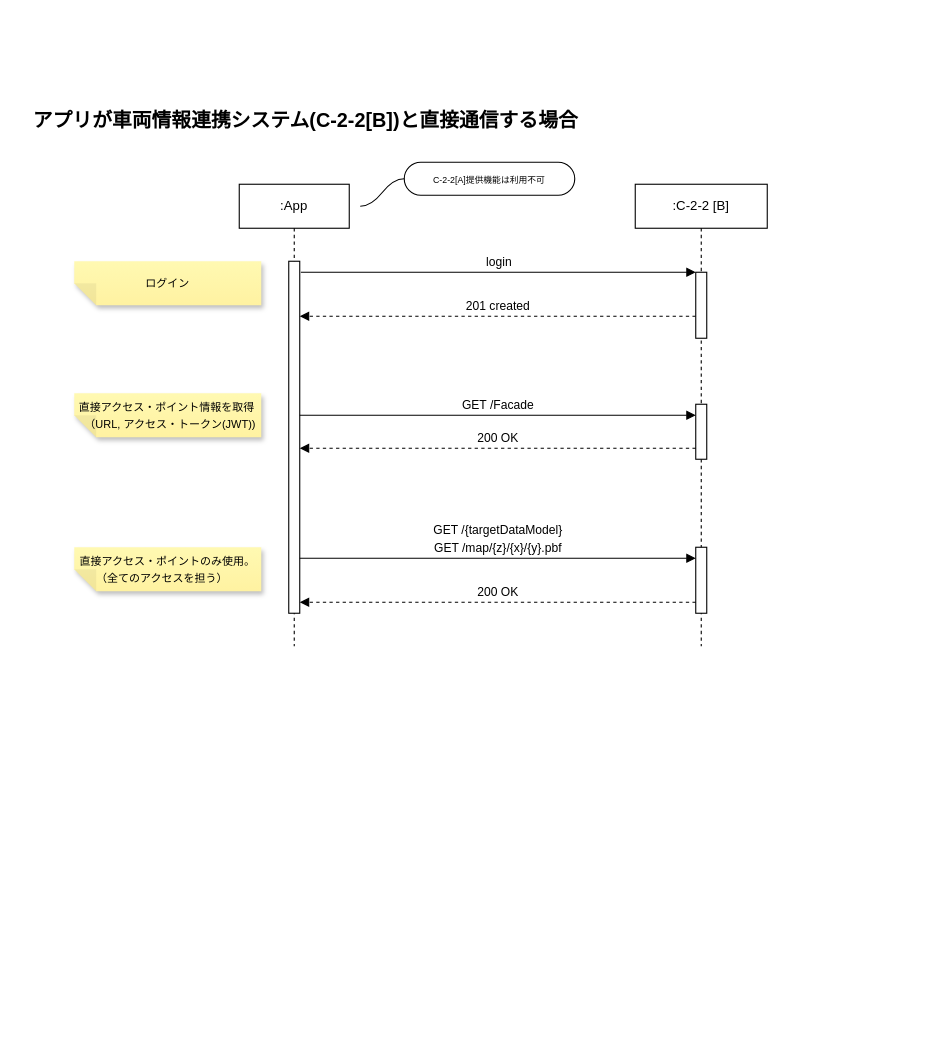
This is page "C-2-2[B]直結" (3 of 4) of models/access-scheme.drawio from Sportacandy/C-2-2API, a draw.io file, before an edit. Source tidied: cells renumbered, new cells numbered last; positions are measured from the earlier drawing's top-left corner, leaving out a move shared by most shapes. Both pictures are drawn from the tidied source at 110%, with x=0, y=0 at pixel (19, 96).
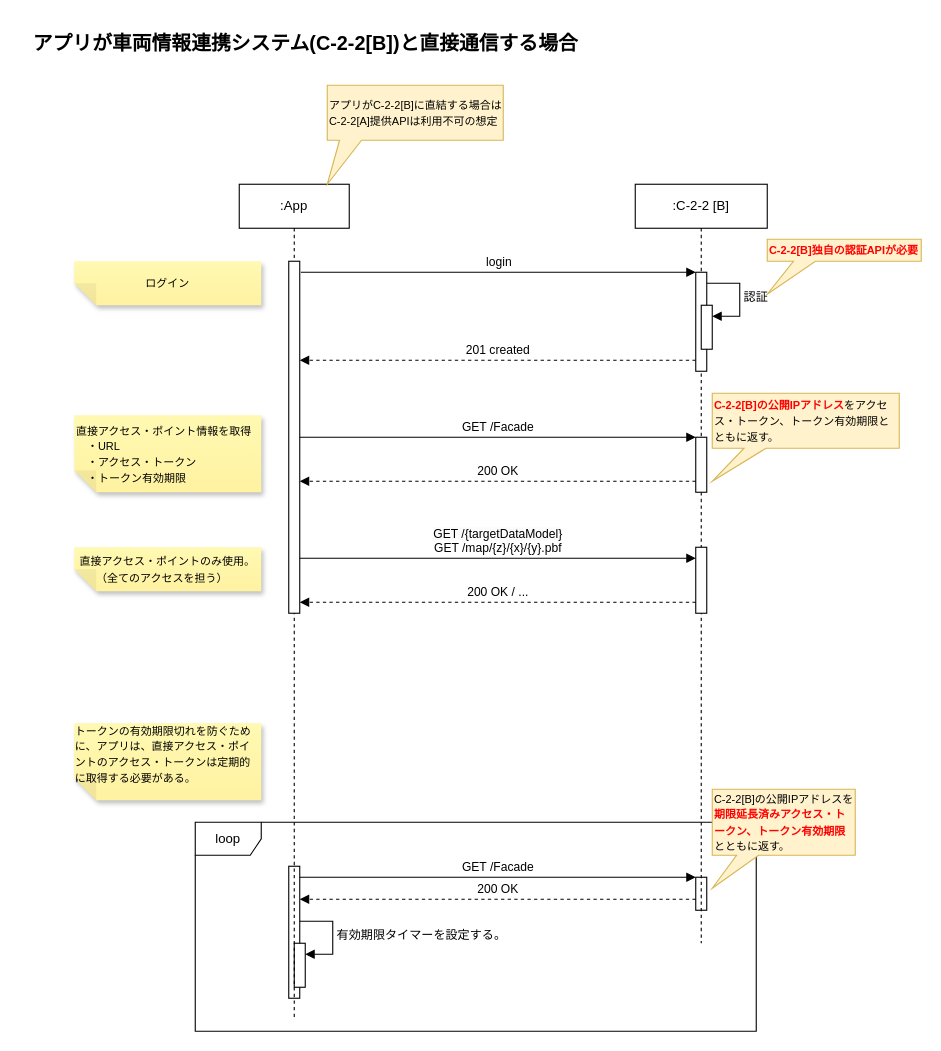
The same page after the edit.

Unchanged cells that the change refers to:
```xml
<mxCell id="3" style="html=1;points=[];perimeter=orthogonalPerimeter;outlineConnect=0;targetShapes=umlLifeline;portConstraint=eastwest;newEdgeStyle={&quot;edgeStyle&quot;:&quot;elbowEdgeStyle&quot;,&quot;elbow&quot;:&quot;vertical&quot;,&quot;curved&quot;:0,&quot;rounded&quot;:0};" parent="2" vertex="1">
  <mxGeometry x="45" y="70" width="10" height="320" as="geometry" />
</mxCell>
<mxCell id="8" style="html=1;points=[];perimeter=orthogonalPerimeter;outlineConnect=0;targetShapes=umlLifeline;portConstraint=eastwest;newEdgeStyle={&quot;edgeStyle&quot;:&quot;elbowEdgeStyle&quot;,&quot;elbow&quot;:&quot;vertical&quot;,&quot;curved&quot;:0,&quot;rounded&quot;:0};" parent="6" vertex="1">
  <mxGeometry x="55" y="330" width="10" height="60" as="geometry" />
</mxCell>
```

Change to the diagram source:
```diff
@@
+    <mxCell id="21" style="html=1;points=[[0,0,0,0,5],[0,1,0,0,-5],[1,0,0,0,5],[1,1,0,0,-5]];perimeter=orthogonalPerimeter;outlineConnect=0;targetShapes=umlLifeline;portConstraint=eastwest;newEdgeStyle={&quot;curved&quot;:0,&quot;rounded&quot;:0};" parent="1" vertex="1">
+      <mxGeometry x="245" y="700" width="10" height="120" as="geometry" />
+    </mxCell>
+    <mxCell id="22" style="html=1;points=[[0,0,0,0,5],[0,1,0,0,-5],[1,0,0,0,5],[1,1,0,0,-5]];perimeter=orthogonalPerimeter;outlineConnect=0;targetShapes=umlLifeline;portConstraint=eastwest;newEdgeStyle={&quot;curved&quot;:0,&quot;rounded&quot;:0};" parent="1" vertex="1">
+      <mxGeometry x="615" y="710" width="10" height="30" as="geometry" />
+    </mxCell>
+    <mxCell id="23" value="GET /Facade" style="html=1;verticalAlign=bottom;endArrow=block;edgeStyle=elbowEdgeStyle;elbow=horizontal;curved=0;rounded=0;" parent="1" edge="1" source="21" target="22">
+      <mxGeometry relative="1" as="geometry">
+        <Array as="points">
+          <mxPoint x="525" y="710" />
+        </Array>
+      </mxGeometry>
+    </mxCell>
+    <mxCell id="24" value="200 OK" style="html=1;verticalAlign=bottom;endArrow=block;edgeStyle=elbowEdgeStyle;elbow=vertical;curved=0;rounded=0;dashed=1;" parent="1" edge="1" source="22" target="21">
+      <mxGeometry relative="1" as="geometry">
+        <Array as="points">
+          <mxPoint x="530" y="730" />
+        </Array>
+      </mxGeometry>
+    </mxCell>
+    <mxCell id="25" value="loop" style="shape=umlFrame;whiteSpace=wrap;html=1;" parent="1" vertex="1">
+      <mxGeometry x="160" y="660" width="510" height="190" as="geometry" />
+    </mxCell>
+    <mxCell id="26" value="&lt;font style=&quot;font-size: 10px;&quot;&gt;C-2-2[B]の公開IPアドレスを&lt;b&gt;&lt;font color=&quot;#ff0000&quot;&gt;期限延長済みアクセス・トークン、トークン有効期限&lt;/font&gt;&lt;/b&gt;とともに返す。　&lt;/font&gt;" style="shape=callout;whiteSpace=wrap;html=1;perimeter=calloutPerimeter;position2=0;fillColor=#fff2cc;strokeColor=#d6b656;align=left;size=30;position=0.17;" parent="1" vertex="1">
+      <mxGeometry x="630" y="630" width="130" height="90" as="geometry" />
+    </mxCell>
+    <mxCell id="27" style="html=1;points=[[0,0,0,0,5],[0,1,0,0,-5],[1,0,0,0,5],[1,1,0,0,-5]];perimeter=orthogonalPerimeter;outlineConnect=0;targetShapes=umlLifeline;portConstraint=eastwest;newEdgeStyle={&quot;curved&quot;:0,&quot;rounded&quot;:0};" parent="1" vertex="1">
+      <mxGeometry x="250" y="770" width="10" height="40" as="geometry" />
+    </mxCell>
+    <mxCell id="28" value="有効期限タイマーを設定する。" style="html=1;align=left;spacingLeft=2;endArrow=block;rounded=0;edgeStyle=orthogonalEdgeStyle;curved=0;rounded=0;" parent="1" edge="1" target="27">
+      <mxGeometry relative="1" as="geometry">
+        <mxPoint x="255" y="750" as="sourcePoint" />
+        <Array as="points">
+          <mxPoint x="285" y="780" />
+        </Array>
+      </mxGeometry>
+    </mxCell>
+    <mxCell id="29" value="&lt;div style=&quot;text-align: left;&quot;&gt;&lt;span style=&quot;font-size: 10px;&quot;&gt;トークンの有効期限切れを防ぐために、アプリは、&lt;/span&gt;&lt;span style=&quot;font-size: 10px; background-color: initial;&quot;&gt;直接アクセス・ポイントのアクセス・トークンは定期的に取得する必要がある。&lt;/span&gt;&lt;/div&gt;&lt;div style=&quot;text-align: left;&quot;&gt;&lt;span style=&quot;font-size: 10px; background-color: initial;&quot;&gt;&lt;br&gt;&lt;/span&gt;&lt;/div&gt;" style="shape=note;whiteSpace=wrap;html=1;backgroundOutline=1;fontColor=#000000;darkOpacity=0.05;fillColor=#FFF9B2;strokeColor=none;fillStyle=solid;direction=west;gradientDirection=north;gradientColor=#FFF2A1;shadow=1;size=20;" parent="1" vertex="1">
+      <mxGeometry x="50" y="570" width="170" height="70" as="geometry" />
+    </mxCell>
     <mxCell id="2" value=":App" style="shape=umlLifeline;perimeter=lifelinePerimeter;whiteSpace=wrap;html=1;newEdgeStyle={&quot;edgeStyle&quot;:&quot;elbowEdgeStyle&quot;,&quot;elbow&quot;:&quot;vertical&quot;,&quot;curved&quot;:0,&quot;rounded&quot;:0};" parent="1" vertex="1">
-      <mxGeometry x="200" y="80" width="100" height="420" as="geometry" />
+      <mxGeometry x="200" y="80" width="100" height="760" as="geometry" />
     </mxCell>
@@
-    <mxCell id="4" value="login" style="html=1;verticalAlign=bottom;endArrow=block;edgeStyle=elbowEdgeStyle;elbow=horizontal;curved=0;rounded=0;" parent="1" edge="1" target="9">
+    <mxCell id="4" value="login" style="html=1;verticalAlign=bottom;endArrow=block;edgeStyle=elbowEdgeStyle;elbow=horizontal;curved=0;rounded=0;" parent="1" edge="1" target="31">
       <mxGeometry relative="1" as="geometry">
         <mxPoint x="256" y="160" as="sourcePoint" />
         <Array as="points">
           <mxPoint x="341" y="160" />
         </Array>
       </mxGeometry>
     </mxCell>
-    <mxCell id="5" value="201 created" style="html=1;verticalAlign=bottom;endArrow=block;edgeStyle=elbowEdgeStyle;elbow=vertical;curved=0;rounded=0;dashed=1;" parent="1" edge="1" source="9" target="3">
+    <mxCell id="5" value="201 created" style="html=1;verticalAlign=bottom;endArrow=block;edgeStyle=elbowEdgeStyle;elbow=vertical;curved=0;rounded=0;dashed=1;" parent="1" edge="1">
       <mxGeometry relative="1" as="geometry">
+        <mxPoint x="615" y="240" as="sourcePoint" />
+        <mxPoint x="255" y="240" as="targetPoint" />
         <Array as="points">
-          <mxPoint x="350" y="200" />
+          <mxPoint x="350" y="240" />
         </Array>
       </mxGeometry>
     </mxCell>
     <mxCell id="6" value=":C-2-2 [B]" style="shape=umlLifeline;perimeter=lifelinePerimeter;whiteSpace=wrap;html=1;newEdgeStyle={&quot;edgeStyle&quot;:&quot;elbowEdgeStyle&quot;,&quot;elbow&quot;:&quot;vertical&quot;,&quot;curved&quot;:0,&quot;rounded&quot;:0};" parent="1" vertex="1">
-      <mxGeometry x="560" y="80" width="120" height="420" as="geometry" />
+      <mxGeometry x="560" y="80" width="120" height="690" as="geometry" />
     </mxCell>
-    <mxCell id="7" style="html=1;points=[];perimeter=orthogonalPerimeter;outlineConnect=0;targetShapes=umlLifeline;portConstraint=eastwest;newEdgeStyle={&quot;edgeStyle&quot;:&quot;elbowEdgeStyle&quot;,&quot;elbow&quot;:&quot;vertical&quot;,&quot;curved&quot;:0,&quot;rounded&quot;:0};" parent="6" vertex="1">
-      <mxGeometry x="55" y="200" width="10" height="50" as="geometry" />
-    </mxCell>
+    <mxCell id="30" style="html=1;points=[];perimeter=orthogonalPerimeter;outlineConnect=0;targetShapes=umlLifeline;portConstraint=eastwest;newEdgeStyle={&quot;edgeStyle&quot;:&quot;elbowEdgeStyle&quot;,&quot;elbow&quot;:&quot;vertical&quot;,&quot;curved&quot;:0,&quot;rounded&quot;:0};" parent="6" vertex="1">
+      <mxGeometry x="55" y="230" width="10" height="50" as="geometry" />
+    </mxCell>
@@
-    <mxCell id="9" style="html=1;points=[];perimeter=orthogonalPerimeter;outlineConnect=0;targetShapes=umlLifeline;portConstraint=eastwest;newEdgeStyle={&quot;edgeStyle&quot;:&quot;elbowEdgeStyle&quot;,&quot;elbow&quot;:&quot;vertical&quot;,&quot;curved&quot;:0,&quot;rounded&quot;:0};" parent="6" vertex="1">
-      <mxGeometry x="55" y="80" width="10" height="60" as="geometry" />
-    </mxCell>
-    <mxCell id="10" value="GET /Facade" style="html=1;verticalAlign=bottom;endArrow=block;edgeStyle=elbowEdgeStyle;elbow=horizontal;curved=0;rounded=0;" parent="1" edge="1" source="3" target="7">
-      <mxGeometry relative="1" as="geometry">
-        <Array as="points">
-          <mxPoint x="520" y="290" />
-        </Array>
-      </mxGeometry>
-    </mxCell>
-    <mxCell id="11" value="200 OK" style="html=1;verticalAlign=bottom;endArrow=block;edgeStyle=elbowEdgeStyle;elbow=vertical;curved=0;rounded=0;dashed=1;" parent="1" edge="1" source="7" target="3">
-      <mxGeometry relative="1" as="geometry">
-        <Array as="points">
-          <mxPoint x="535" y="320" />
-        </Array>
-      </mxGeometry>
-    </mxCell>
+    <mxCell id="31" style="html=1;points=[];perimeter=orthogonalPerimeter;outlineConnect=0;targetShapes=umlLifeline;portConstraint=eastwest;newEdgeStyle={&quot;edgeStyle&quot;:&quot;elbowEdgeStyle&quot;,&quot;elbow&quot;:&quot;vertical&quot;,&quot;curved&quot;:0,&quot;rounded&quot;:0};" parent="6" vertex="1">
+      <mxGeometry x="55" y="80" width="10" height="90" as="geometry" />
+    </mxCell>
+    <mxCell id="32" value="認証" style="html=1;align=left;spacingLeft=2;endArrow=block;rounded=0;edgeStyle=orthogonalEdgeStyle;curved=0;rounded=0;" parent="6" edge="1" target="33">
+      <mxGeometry relative="1" as="geometry">
+        <mxPoint x="65" y="90" as="sourcePoint" />
+        <Array as="points">
+          <mxPoint x="95" y="120" />
+        </Array>
+      </mxGeometry>
+    </mxCell>
+    <mxCell id="33" style="html=1;points=[[0,0,0,0,5],[0,1,0,0,-5],[1,0,0,0,5],[1,1,0,0,-5]];perimeter=orthogonalPerimeter;outlineConnect=0;targetShapes=umlLifeline;portConstraint=eastwest;newEdgeStyle={&quot;curved&quot;:0,&quot;rounded&quot;:0};" parent="6" vertex="1">
+      <mxGeometry x="60" y="110" width="10" height="40" as="geometry" />
+    </mxCell>
+    <mxCell id="34" value="GET /Facade" style="html=1;verticalAlign=bottom;endArrow=block;edgeStyle=elbowEdgeStyle;elbow=horizontal;curved=0;rounded=0;" parent="1" edge="1" source="3" target="30">
+      <mxGeometry relative="1" as="geometry">
+        <Array as="points">
+          <mxPoint x="490" y="310" />
+          <mxPoint x="520" y="290" />
+        </Array>
+      </mxGeometry>
+    </mxCell>
+    <mxCell id="35" value="200 OK" style="html=1;verticalAlign=bottom;endArrow=block;edgeStyle=elbowEdgeStyle;elbow=vertical;curved=0;rounded=0;dashed=1;" parent="1" edge="1" source="30" target="3">
+      <mxGeometry relative="1" as="geometry">
+        <Array as="points">
+          <mxPoint x="450" y="350" />
+          <mxPoint x="535" y="320" />
+        </Array>
+      </mxGeometry>
+    </mxCell>
@@
-    <mxCell id="13" value="&lt;div style=&quot;text-align: left;&quot;&gt;&lt;span style=&quot;font-size: 10px; background-color: initial;&quot;&gt;直接アクセス・ポイント情報を取得&lt;/span&gt;&lt;/div&gt;&lt;font style=&quot;font-size: 10px;&quot;&gt;　（URL, アクセス・トークン(JWT))&lt;/font&gt;" style="shape=note;whiteSpace=wrap;html=1;backgroundOutline=1;fontColor=#000000;darkOpacity=0.05;fillColor=#FFF9B2;strokeColor=none;fillStyle=solid;direction=west;gradientDirection=north;gradientColor=#FFF2A1;shadow=1;size=20;" parent="1" vertex="1">
-      <mxGeometry x="50" y="270" width="170" height="40" as="geometry" />
-    </mxCell>
-    <mxCell id="14" value="GET /map/{z}/{x}/{y}.pbf" style="html=1;verticalAlign=bottom;endArrow=block;edgeStyle=elbowEdgeStyle;elbow=horizontal;curved=0;rounded=0;" parent="1" edge="1" target="8">
-      <mxGeometry relative="1" as="geometry">
-        <mxPoint x="255" y="420" as="sourcePoint" />
-        <Array as="points">
-          <mxPoint x="335" y="420" />
-        </Array>
-      </mxGeometry>
-    </mxCell>
+    <mxCell id="36" value="&lt;span style=&quot;background-color: rgb(251, 251, 251);&quot;&gt;GET /{targetDataModel}&lt;/span&gt;&lt;div&gt;GET /map/{z}/{x}/{y}.pbf&lt;/div&gt;" style="html=1;verticalAlign=bottom;endArrow=block;edgeStyle=elbowEdgeStyle;elbow=horizontal;curved=0;rounded=0;" parent="1" edge="1" target="8">
+      <mxGeometry relative="1" as="geometry">
+        <mxPoint x="255" y="420" as="sourcePoint" />
+        <Array as="points">
+          <mxPoint x="335" y="420" />
+        </Array>
+      </mxGeometry>
+    </mxCell>
-    <mxCell id="15" value="200 OK" style="html=1;verticalAlign=bottom;endArrow=block;edgeStyle=elbowEdgeStyle;elbow=vertical;curved=0;rounded=0;dashed=1;" parent="1" edge="1" source="8" target="3">
+    <mxCell id="15" value="200 OK / ..." style="html=1;verticalAlign=bottom;endArrow=block;edgeStyle=elbowEdgeStyle;elbow=vertical;curved=0;rounded=0;dashed=1;" parent="1" edge="1" source="8" target="3">
       <mxGeometry relative="1" as="geometry">
         <Array as="points">
           <mxPoint x="535" y="460" />
         </Array>
       </mxGeometry>
     </mxCell>
@@
     <mxCell id="17" value="&lt;font style=&quot;font-size: 18px;&quot;&gt;アプリが車両情報連携システム(C-2-2[B])と直接通信する場合&lt;/font&gt;" style="text;strokeColor=none;fillColor=none;html=1;fontSize=24;fontStyle=1;verticalAlign=middle;align=center;" parent="1" vertex="1">
-      <mxGeometry width="520" height="40" as="geometry" />
+      <mxGeometry y="-70" width="520" height="40" as="geometry" />
     </mxCell>
-    <mxCell id="18" value="&lt;font style=&quot;font-size: 11px; font-weight: normal;&quot;&gt;GET /{targetDataModel}&lt;/font&gt;" style="text;strokeColor=none;fillColor=none;html=1;fontSize=24;fontStyle=1;verticalAlign=middle;align=center;" parent="1" vertex="1">
-      <mxGeometry x="360" y="370" width="150" height="40" as="geometry" />
-    </mxCell>
-    <mxCell id="19" value="&lt;span style=&quot;font-size: 8px;&quot;&gt;C-2-2[A]提供機能は利用不可&lt;/span&gt;" style="whiteSpace=wrap;html=1;rounded=1;arcSize=50;align=center;verticalAlign=middle;strokeWidth=1;spacing=4;newEdgeStyle={&quot;edgeStyle&quot;:&quot;entityRelationEdgeStyle&quot;,&quot;startArrow&quot;:&quot;none&quot;,&quot;endArrow&quot;:&quot;none&quot;,&quot;segment&quot;:10,&quot;curved&quot;:1,&quot;sourcePerimeterSpacing&quot;:0,&quot;targetPerimeterSpacing&quot;:0};" parent="1" vertex="1">
-      <mxGeometry x="350" y="60" width="155" height="30" as="geometry" />
-    </mxCell>
-    <mxCell id="20" style="edgeStyle=entityRelationEdgeStyle;startArrow=none;endArrow=none;segment=10;curved=1;sourcePerimeterSpacing=0;targetPerimeterSpacing=0;rounded=0;" parent="1" edge="1" target="19">
-      <mxGeometry relative="1" as="geometry">
-        <mxPoint x="310" y="100" as="sourcePoint" />
-        <Array as="points">
-          <mxPoint x="320" y="90" />
-        </Array>
-      </mxGeometry>
-    </mxCell>
+    <mxCell id="37" value="&lt;font style=&quot;font-size: 10px;&quot;&gt;&lt;b&gt;&lt;font color=&quot;#ff0000&quot;&gt;C-2-2[B]の公開IPアドレス&lt;/font&gt;&lt;/b&gt;をアクセス・トークン、トークン有効期限とともに返す。　&lt;/font&gt;" style="shape=callout;whiteSpace=wrap;html=1;perimeter=calloutPerimeter;position2=0;fillColor=#fff2cc;strokeColor=#d6b656;align=left;size=30;position=0.17;" parent="1" vertex="1">
+      <mxGeometry x="630" y="270" width="170" height="80" as="geometry" />
+    </mxCell>
+    <mxCell id="38" value="&lt;span style=&quot;text-align: center;&quot;&gt;&lt;font style=&quot;font-size: 10px;&quot;&gt;アプリがC-2-2[B]に直結する場合はC-2-2[A]提供APIは利用不可の想定&lt;/font&gt;&lt;/span&gt;" style="shape=callout;whiteSpace=wrap;html=1;perimeter=calloutPerimeter;position2=0;fillColor=#fff2cc;strokeColor=#d6b656;align=left;size=40;position=0.07;base=20;" parent="1" vertex="1">
+      <mxGeometry x="280" y="-10" width="160" height="90" as="geometry" />
+    </mxCell>
+    <mxCell id="39" value="&lt;div style=&quot;&quot;&gt;&lt;span style=&quot;font-size: 10px; background-color: initial;&quot;&gt;直接アクセス・ポイント情報を取得&lt;/span&gt;&lt;/div&gt;&lt;font style=&quot;font-size: 10px;&quot;&gt;　・URL&lt;/font&gt;&lt;div&gt;&lt;font style=&quot;font-size: 10px;&quot;&gt;　・アクセス・トークン&lt;/font&gt;&lt;/div&gt;&lt;div&gt;&lt;font style=&quot;font-size: 10px;&quot;&gt;　・トークン有効期限&lt;/font&gt;&lt;/div&gt;" style="shape=note;whiteSpace=wrap;html=1;backgroundOutline=1;fontColor=#000000;darkOpacity=0.05;fillColor=#FFF9B2;strokeColor=none;fillStyle=solid;direction=west;gradientDirection=north;gradientColor=#FFF2A1;shadow=1;size=20;align=left;" parent="1" vertex="1">
+      <mxGeometry x="50" y="290" width="170" height="70" as="geometry" />
+    </mxCell>
+    <mxCell id="40" value="&lt;font color=&quot;#ff0000&quot; style=&quot;font-size: 10px;&quot;&gt;&lt;b&gt;C-2-2[B]独自の認証APIが必要&lt;/b&gt;&lt;/font&gt;" style="shape=callout;whiteSpace=wrap;html=1;perimeter=calloutPerimeter;position2=0;fillColor=#fff2cc;strokeColor=#d6b656;align=left;size=30;position=0.17;" parent="1" vertex="1">
+      <mxGeometry x="680" y="130" width="140" height="50" as="geometry" />
+    </mxCell>
```
